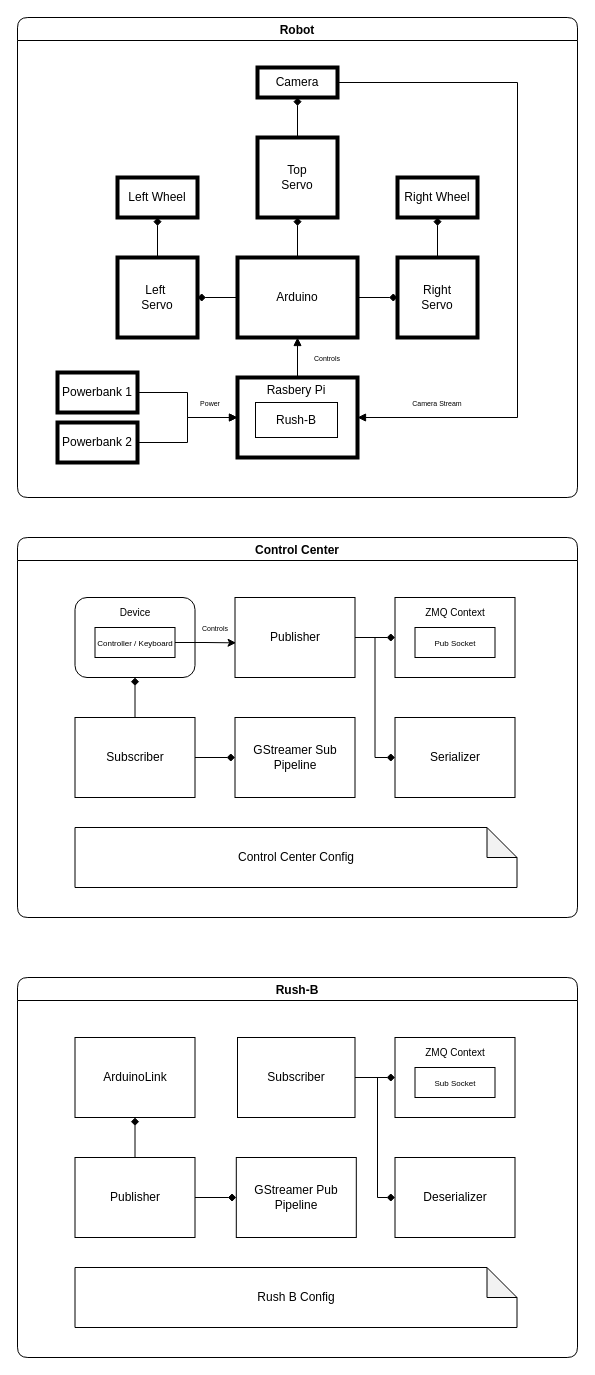
The draw.io diagram page "Architecture" (2 of 5) of docs/diagrams/Design.drawio in GjergjiSh/Rush-B, before the edit. Source tidied: cells renumbered, new cells numbered last; positions are measured from the earlier drawing's top-left corner, leaving out a move shared by most shapes. Both pictures are drawn from the tidied source at 100%, with x=0, y=0 at pixel (17, 17).
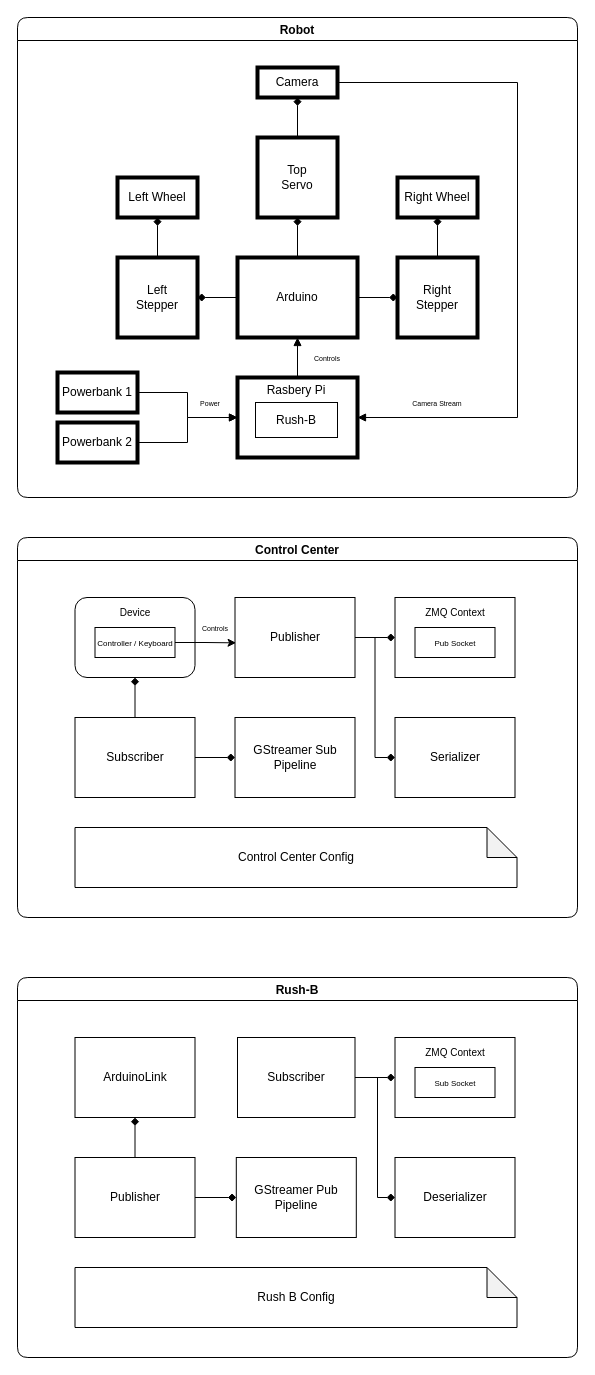
Above is the later version.

Commit message (it also covers changes not shown here):
Replaced left and right servos with steppers in design diagram

The edit, as a diff of the source:
```diff
@@
-    <mxCell id="7" value="Right&lt;br&gt;Servo" style="rounded=0;whiteSpace=wrap;html=1;strokeWidth=4;" parent="1" vertex="1">
+    <mxCell id="7" value="Right&lt;br&gt;Stepper" style="rounded=0;whiteSpace=wrap;html=1;strokeWidth=4;" parent="1" vertex="1">
       <mxGeometry x="380" y="240" width="80" height="80" as="geometry" />
     </mxCell>
@@
-    <mxCell id="9" value="&lt;span&gt;Left&amp;nbsp;&lt;/span&gt;&lt;br&gt;&lt;span&gt;Servo&lt;/span&gt;" style="rounded=0;whiteSpace=wrap;html=1;strokeWidth=4;" parent="1" vertex="1">
+    <mxCell id="9" value="Left&lt;br&gt;Stepper" style="rounded=0;whiteSpace=wrap;html=1;strokeWidth=4;" parent="1" vertex="1">
       <mxGeometry x="100" y="240" width="80" height="80" as="geometry" />
     </mxCell>
```
